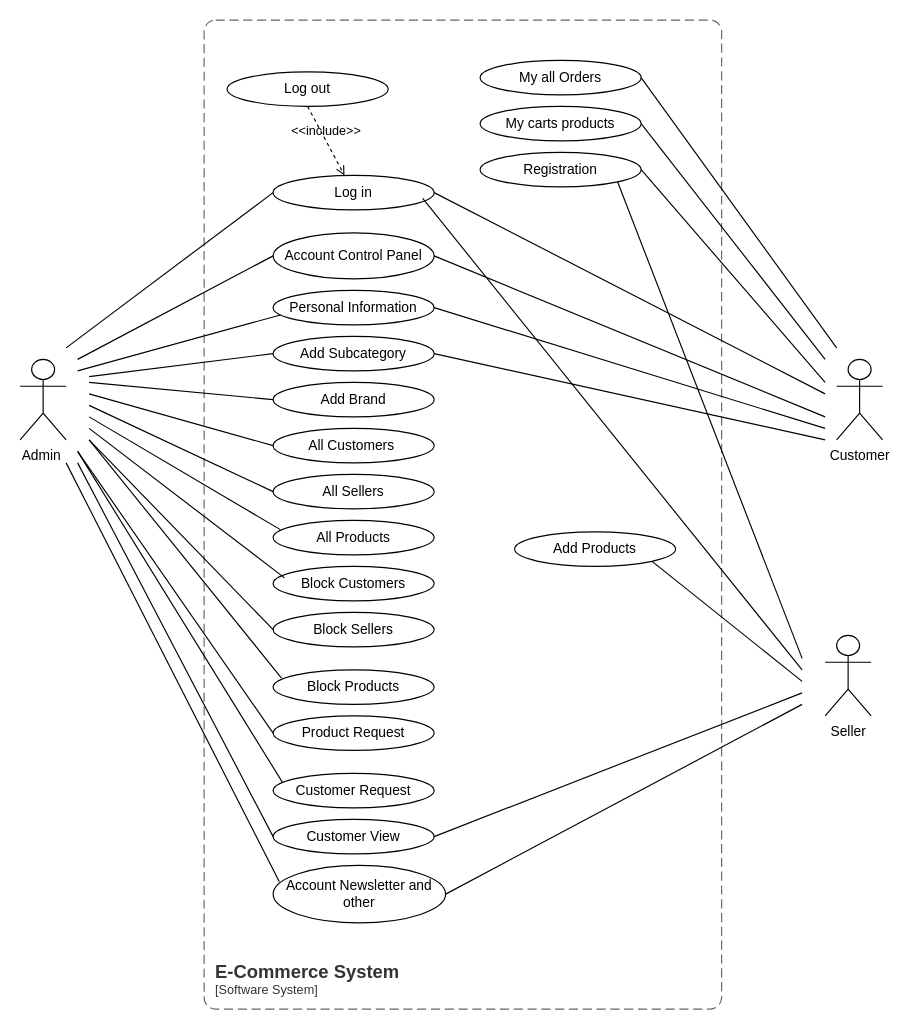
This is Use Case Diagram.drawio from Nasrinjaha/Click-Collect, a draw.io file, before an edit. Source tidied: cells renumbered, new cells numbered last; positions are measured from the earlier drawing's top-left corner, leaving out a move shared by most shapes. Both pictures are drawn from the tidied source at 115%, with x=0, y=0 at pixel (20, 20).
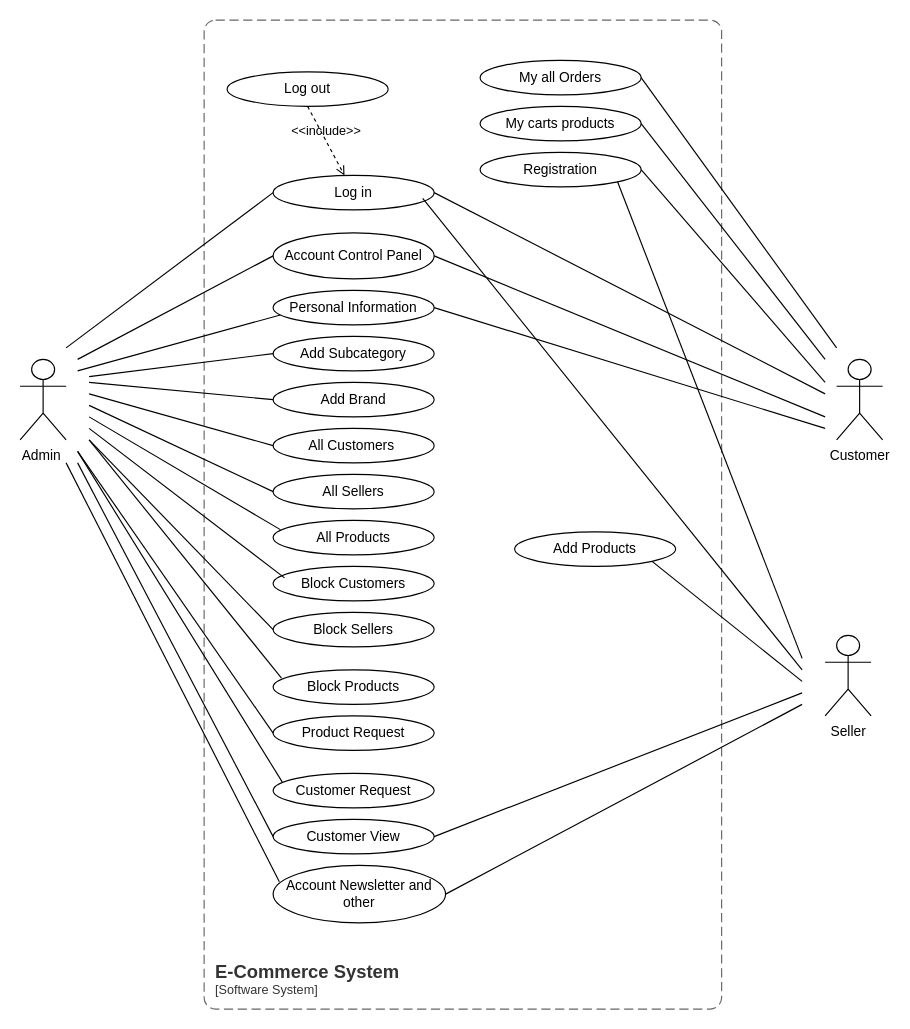
The same diagram, later.

The change refers to these unchanged cells:
```xml
<mxCell id="7" value="Add Subcategory" style="ellipse;whiteSpace=wrap;html=1;" parent="1" vertex="1">
  <mxGeometry x="220" y="275" width="140" height="30" as="geometry" />
</mxCell>
```

Diff of the diagram source:
```diff
@@
-    <mxCell id="45" style="edgeStyle=none;html=1;endArrow=none;verticalAlign=bottom;rounded=0;exitX=1;exitY=0.5;exitDx=0;exitDy=0;" parent="1" edge="1" source="7">
-      <mxGeometry relative="1" as="geometry">
-        <mxPoint x="700" y="365" as="targetPoint" />
-      </mxGeometry>
-    </mxCell>
```
